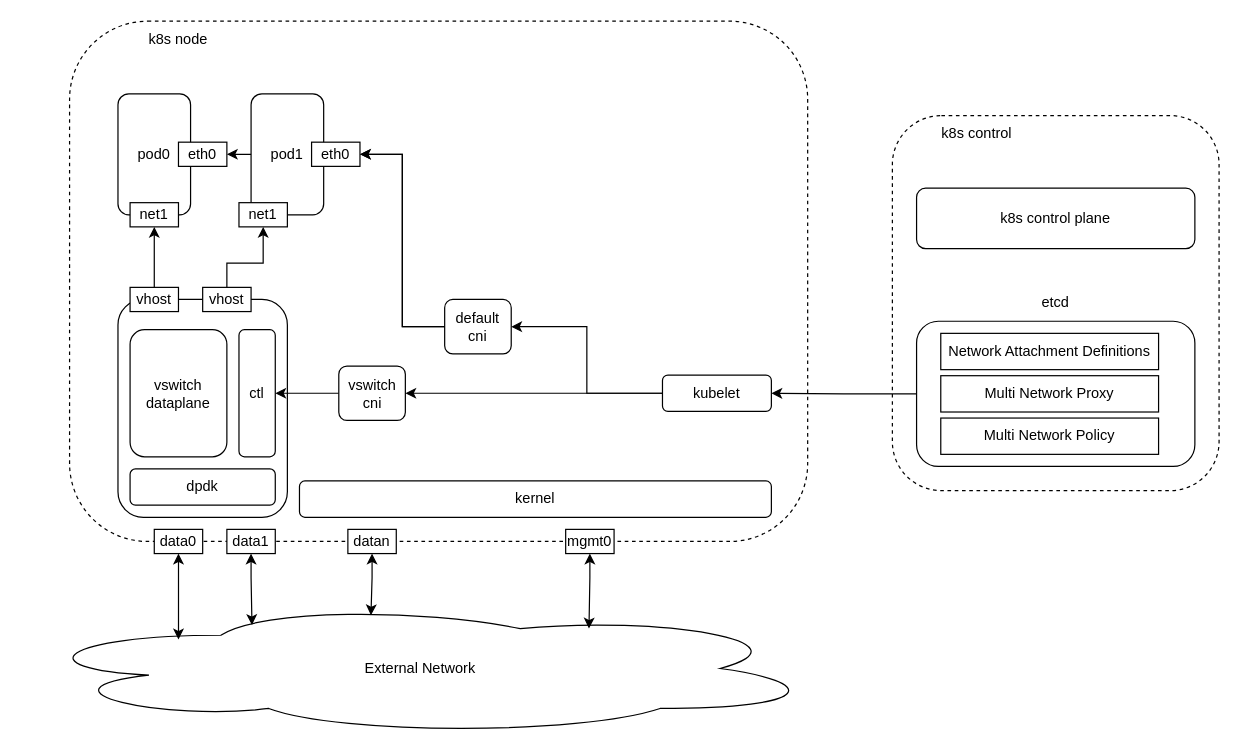
The draw.io diagram vswitch-controller.drawio in sriramy/drawio, before the edit. Source tidied: cells renumbered, new cells numbered last; positions are measured from the earlier drawing's top-left corner, leaving out a move shared by most shapes. Both pictures are drawn from the tidied source at 121%, with x=0, y=0 at pixel (21, 21).
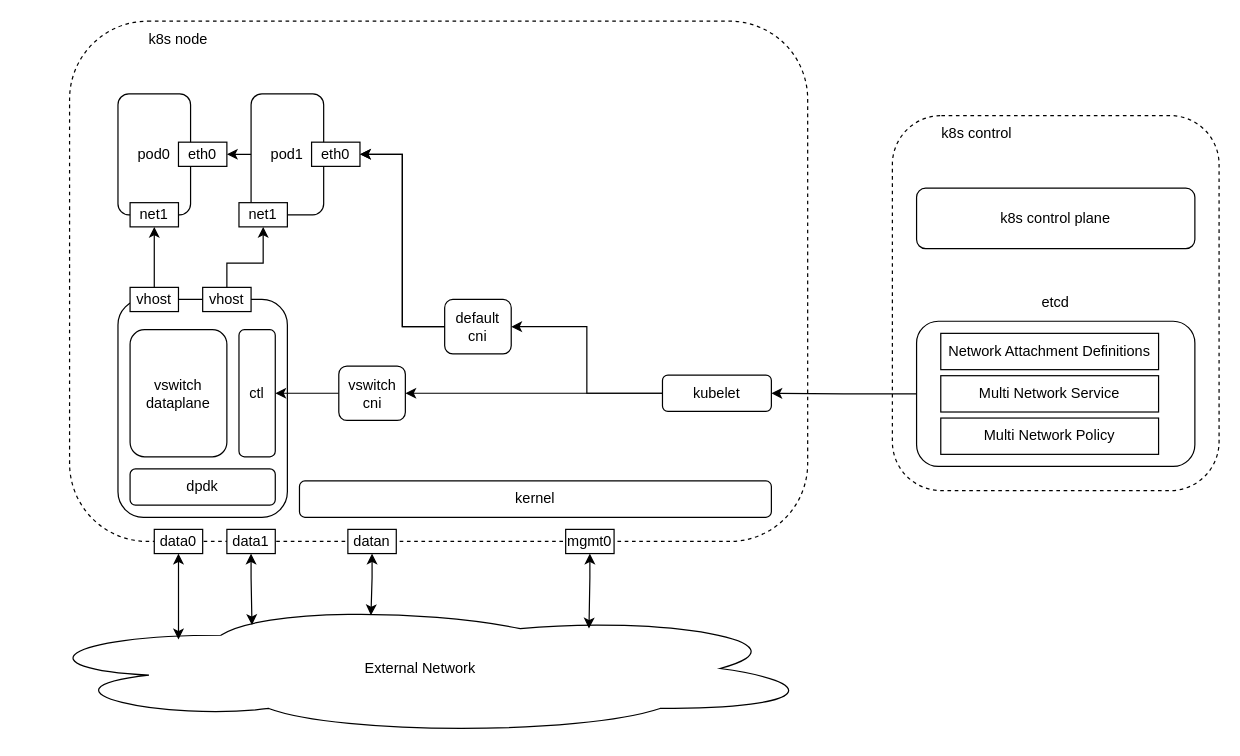
Above is the later version.

What changed in the source:
```diff
@@
-    <mxCell id="41" value="Multi Network Proxy" style="rounded=0;whiteSpace=wrap;html=1;" parent="1" vertex="1">
+    <mxCell id="41" value="Multi Network Service" style="rounded=0;whiteSpace=wrap;html=1;" parent="1" vertex="1">
       <mxGeometry x="760" y="293" width="180" height="30" as="geometry" />
     </mxCell>
```
